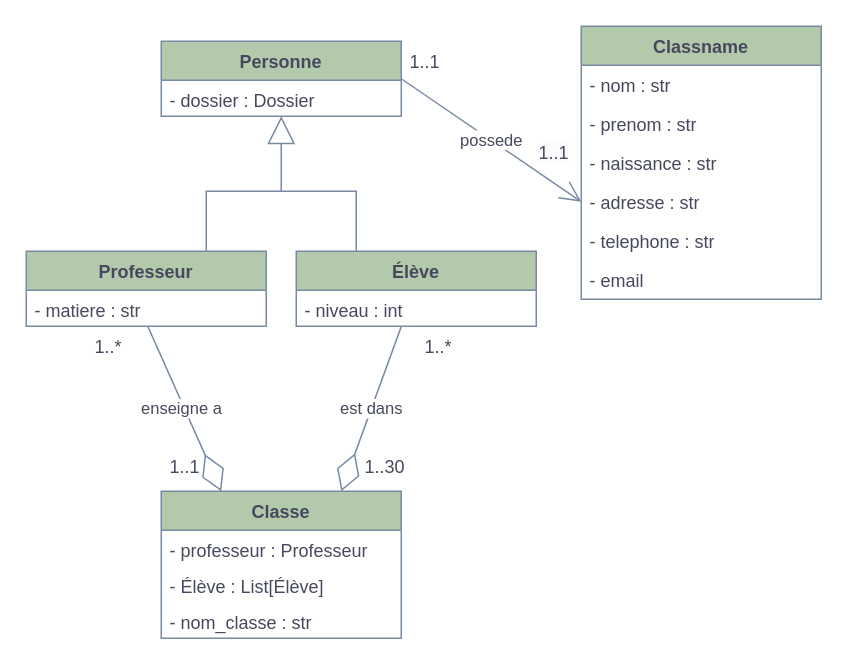
Before: page "Classes" (2 of 3) of TP05_Animaux_UML.drawio in toruke/Demo_UML, a draw.io diagram. Source tidied: cells renumbered, new cells numbered last; positions are measured from the earlier drawing's top-left corner, leaving out a move shared by most shapes. Both pictures are drawn from the tidied source at 150%, with x=0, y=0 at pixel (26, 26).
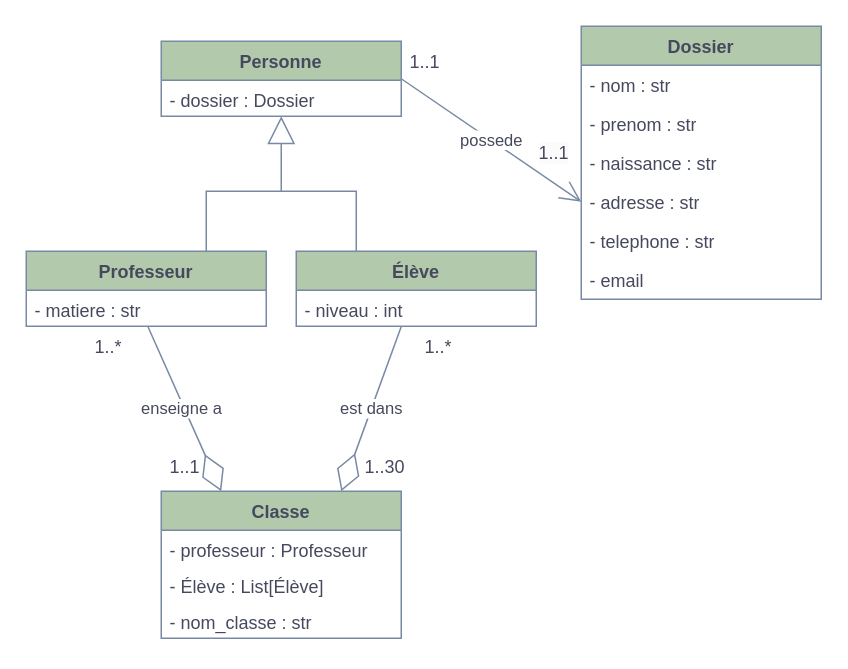
The same diagram, later.

What changed in the source:
```diff
@@
-    <mxCell id="20" value="Classname" style="swimlane;fontStyle=1;align=center;verticalAlign=top;horizontal=1;startSize=26;whiteSpace=wrap;html=1;strokeColor=#788AA3;fontColor=#46495D;fillColor=#B2C9AB;" parent="1" vertex="1">
+    <mxCell id="20" value="Dossier" style="swimlane;fontStyle=1;align=center;verticalAlign=top;horizontal=1;startSize=26;whiteSpace=wrap;html=1;strokeColor=#788AA3;fontColor=#46495D;fillColor=#B2C9AB;" parent="1" vertex="1">
       <mxGeometry x="370" width="160" height="182" as="geometry" />
     </mxCell>
```
